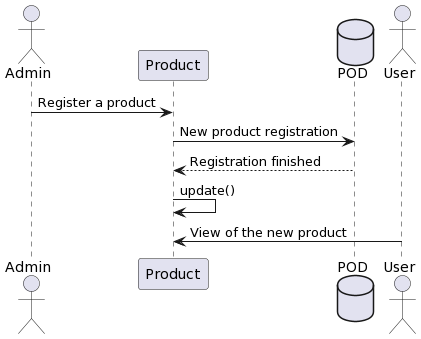
Before: docs/images/06_registrationProduct_runtime_view.png, a diagram exported from PlantUML (Arquisoft/dede_es6c).
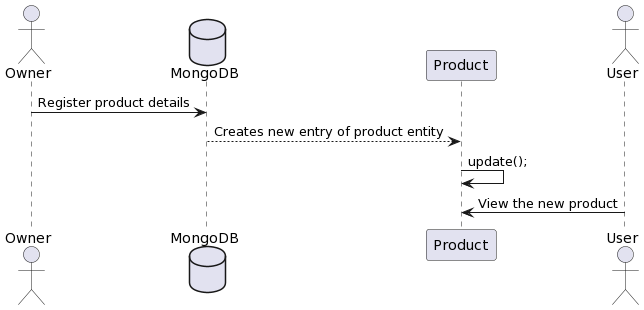
Later version of the same file.

Commit message:
doc 6 quitar admin

Change to the diagram source:
```diff
@@ -1,10 +1,9 @@
 @startuml
-actor Admin
-Admin -> Product: Register a product
-database POD
-Product -> POD : New product registration
-POD --> Product: Registration finished
-Product-> Product: update()
+actor Owner
+Database MongoDB
+Owner -> MongoDB : Register product details
+MongoDB --> Product : Creates new entry of product entity
+Product -> Product : update();
 actor User
-User -> Product : View of the new product
+User -> Product : View the new product
 @enduml
```
